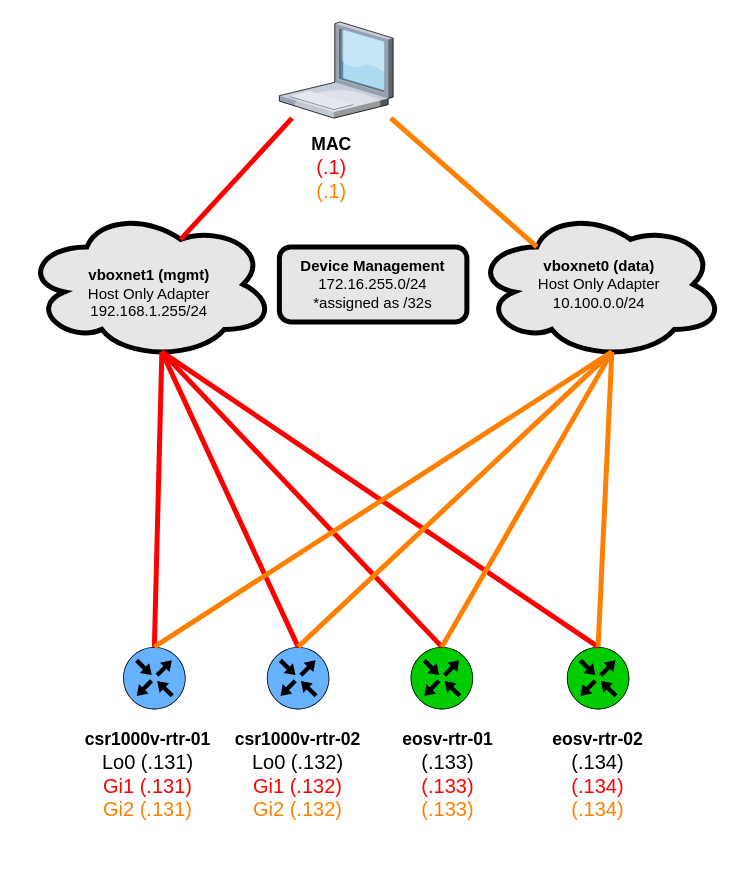
Before: virtual-box-lab/lab-network.drawio in j0hn3/network_programmability_experiments, a draw.io diagram. Source tidied: cells renumbered, new cells numbered last; positions are measured from the earlier drawing's top-left corner, leaving out a move shared by most shapes. Both pictures are drawn from the tidied source at 125%, with x=0, y=0 at pixel (24, 21).
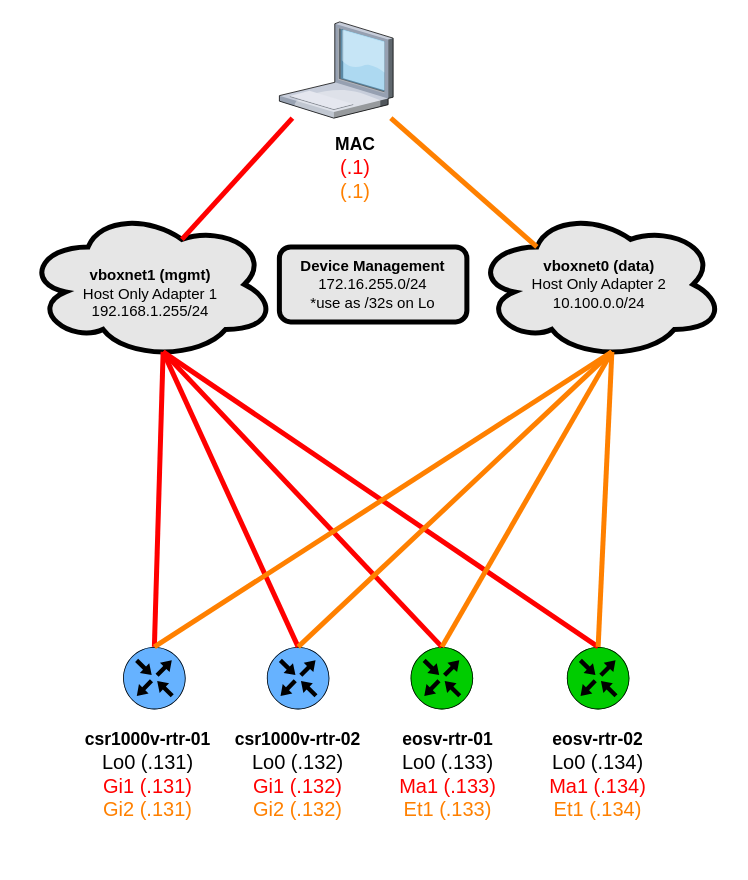
The same page after the edit.

The edit, as a diff of the source:
```diff
@@
-    <mxCell id="3" value="&lt;div&gt;&lt;b&gt;vboxnet0 (data)&lt;br&gt;&lt;/b&gt;&lt;/div&gt;&lt;div&gt;Host Only Adapter&lt;br&gt;&lt;/div&gt;&lt;div&gt;10.100.0.0/24&lt;/div&gt;" style="ellipse;shape=cloud;whiteSpace=wrap;html=1;strokeWidth=4;fillColor=#E6E6E6;" parent="1" vertex="1">
+    <mxCell id="3" value="&lt;div&gt;&lt;b&gt;vboxnet0 (data)&lt;/b&gt;&lt;br&gt;Host Only Adapter 2&lt;/div&gt;&lt;div&gt;10.100.0.0/24&lt;/div&gt;" style="ellipse;shape=cloud;whiteSpace=wrap;html=1;strokeWidth=4;fillColor=#E6E6E6;" parent="1" vertex="1">
       <mxGeometry x="360" y="150" width="200" height="120" as="geometry" />
     </mxCell>
@@
-    <mxCell id="5" value="&lt;br&gt;&lt;div&gt;&lt;b&gt;vboxnet1 (mgmt)&lt;br&gt;&lt;/b&gt;&lt;/div&gt;&lt;div&gt;Host Only Adapter&lt;br&gt;&lt;/div&gt;&lt;div&gt;192.168.1.255/24&lt;br&gt;&lt;/div&gt;" style="ellipse;shape=cloud;whiteSpace=wrap;html=1;strokeWidth=4;fillColor=#E6E6E6;" parent="1" vertex="1">
-      <mxGeometry y="150" width="200" height="120" as="geometry" />
+    <mxCell id="5" value="&lt;br&gt;&lt;div&gt;&lt;b&gt;vboxnet1 (mgmt)&lt;br&gt;&lt;/b&gt;&lt;/div&gt;Host Only Adapter 1&lt;br&gt;&lt;div&gt;192.168.1.255/24&lt;br&gt;&lt;/div&gt;" style="ellipse;shape=cloud;whiteSpace=wrap;html=1;strokeWidth=4;fillColor=#E6E6E6;" parent="1" vertex="1">
+      <mxGeometry x="1" y="150" width="200" height="120" as="geometry" />
     </mxCell>
@@
-    <mxCell id="16" value="&lt;div&gt;&lt;font style=&quot;font-size: 14px&quot;&gt;&lt;b&gt;eosv-rtr-01&lt;/b&gt;&lt;/font&gt;&lt;/div&gt;&lt;div&gt;&lt;font style=&quot;font-size: 14px&quot;&gt;&lt;font size=&quot;3&quot;&gt;(.133)&lt;/font&gt;&lt;b&gt;&lt;br&gt;&lt;/b&gt;&lt;/font&gt;&lt;/div&gt;&lt;div&gt;&lt;font size=&quot;3&quot; color=&quot;#FF0000&quot;&gt;(.133)&lt;/font&gt;&lt;/div&gt;&lt;div&gt;&lt;font size=&quot;3&quot; color=&quot;#FF8000&quot;&gt;(.133)&lt;/font&gt;&lt;b&gt;&lt;br&gt;&lt;/b&gt;&lt;/div&gt;&lt;div&gt;&lt;b&gt;&lt;br&gt;&lt;/b&gt;&lt;/div&gt;" style="text;html=1;strokeColor=none;fillColor=none;align=center;verticalAlign=middle;whiteSpace=wrap;rounded=0;" parent="1" vertex="1">
+    <mxCell id="16" value="&lt;div&gt;&lt;font style=&quot;font-size: 14px&quot;&gt;&lt;b&gt;eosv-rtr-01&lt;/b&gt;&lt;/font&gt;&lt;/div&gt;&lt;div&gt;&lt;font style=&quot;font-size: 14px&quot;&gt;&lt;font size=&quot;3&quot;&gt;Lo0 (.133)&lt;/font&gt;&lt;b&gt;&lt;br&gt;&lt;/b&gt;&lt;/font&gt;&lt;/div&gt;&lt;div&gt;&lt;font size=&quot;3&quot; color=&quot;#FF0000&quot;&gt;Ma1 (.133)&lt;/font&gt;&lt;/div&gt;&lt;div&gt;&lt;font size=&quot;3&quot; color=&quot;#FF8000&quot;&gt;Et1 (.133)&lt;/font&gt;&lt;b&gt;&lt;br&gt;&lt;/b&gt;&lt;/div&gt;&lt;div&gt;&lt;b&gt;&lt;br&gt;&lt;/b&gt;&lt;/div&gt;" style="text;html=1;strokeColor=none;fillColor=none;align=center;verticalAlign=middle;whiteSpace=wrap;rounded=0;" parent="1" vertex="1">
       <mxGeometry x="279" y="550" width="120" height="120" as="geometry" />
     </mxCell>
-    <mxCell id="17" value="&lt;div&gt;&lt;font style=&quot;font-size: 14px&quot;&gt;&lt;b&gt;eosv-rtr-02&lt;/b&gt;&lt;/font&gt;&lt;/div&gt;&lt;div&gt;&lt;font style=&quot;font-size: 14px&quot;&gt;&lt;font size=&quot;3&quot;&gt;(.134)&lt;/font&gt;&lt;b&gt;&lt;br&gt;&lt;/b&gt;&lt;/font&gt;&lt;/div&gt;&lt;div&gt;&lt;font size=&quot;3&quot; color=&quot;#FF0000&quot;&gt;(.134)&lt;/font&gt;&lt;/div&gt;&lt;div&gt;&lt;font size=&quot;3&quot; color=&quot;#FF8000&quot;&gt;(.134)&lt;/font&gt;&lt;b&gt;&lt;br&gt;&lt;/b&gt;&lt;/div&gt;&lt;div&gt;&lt;b&gt;&lt;br&gt;&lt;/b&gt;&lt;/div&gt;" style="text;html=1;strokeColor=none;fillColor=none;align=center;verticalAlign=middle;whiteSpace=wrap;rounded=0;" parent="1" vertex="1">
+    <mxCell id="17" value="&lt;div&gt;&lt;font style=&quot;font-size: 14px&quot;&gt;&lt;b&gt;eosv-rtr-02&lt;/b&gt;&lt;/font&gt;&lt;/div&gt;&lt;div&gt;&lt;font style=&quot;font-size: 14px&quot;&gt;&lt;font size=&quot;3&quot;&gt;Lo0 (.134)&lt;/font&gt;&lt;b&gt;&lt;br&gt;&lt;/b&gt;&lt;/font&gt;&lt;/div&gt;&lt;div&gt;&lt;font size=&quot;3&quot; color=&quot;#FF0000&quot;&gt;Ma1 (.134)&lt;/font&gt;&lt;/div&gt;&lt;div&gt;&lt;font size=&quot;3&quot; color=&quot;#FF8000&quot;&gt;Et1 (.134)&lt;/font&gt;&lt;b&gt;&lt;br&gt;&lt;/b&gt;&lt;/div&gt;&lt;div&gt;&lt;b&gt;&lt;br&gt;&lt;/b&gt;&lt;/div&gt;" style="text;html=1;strokeColor=none;fillColor=none;align=center;verticalAlign=middle;whiteSpace=wrap;rounded=0;" parent="1" vertex="1">
       <mxGeometry x="399" y="550" width="120" height="120" as="geometry" />
     </mxCell>
@@
-    <mxCell id="22" value="&lt;div&gt;&lt;b&gt;Device Management &lt;br&gt;&lt;/b&gt;&lt;/div&gt;&lt;div&gt;172.16.255.0/24&lt;/div&gt;&lt;div&gt;*assigned as /32s&lt;br&gt;&lt;/div&gt;" style="rounded=1;whiteSpace=wrap;html=1;strokeColor=#000000;strokeWidth=4;fillColor=#E6E6E6;" parent="1" vertex="1">
+    <mxCell id="22" value="&lt;div&gt;&lt;b&gt;Device Management &lt;br&gt;&lt;/b&gt;&lt;/div&gt;&lt;div&gt;172.16.255.0/24&lt;/div&gt;&lt;div&gt;*use as /32s on Lo&lt;br&gt;&lt;/div&gt;" style="rounded=1;whiteSpace=wrap;html=1;strokeColor=#000000;strokeWidth=4;fillColor=#E6E6E6;" parent="1" vertex="1">
       <mxGeometry x="204" y="180" width="150" height="60" as="geometry" />
     </mxCell>
@@
     <mxCell id="24" value="&lt;div&gt;&lt;font style=&quot;font-size: 14px&quot;&gt;&lt;b&gt;MAC&lt;/b&gt;&lt;/font&gt;&lt;/div&gt;&lt;div&gt;&lt;font size=&quot;3&quot; color=&quot;#FF8000&quot;&gt;&lt;font color=&quot;#FF0000&quot;&gt;(.1)&lt;/font&gt;&lt;br&gt;&lt;/font&gt;&lt;/div&gt;&lt;div&gt;&lt;font size=&quot;3&quot; color=&quot;#FF8000&quot;&gt;(.1)&lt;/font&gt;&lt;b&gt;&lt;br&gt;&lt;/b&gt;&lt;/div&gt;&lt;div&gt;&lt;b&gt;&lt;br&gt;&lt;/b&gt;&lt;/div&gt;" style="text;html=1;strokeColor=none;fillColor=none;align=center;verticalAlign=middle;whiteSpace=wrap;rounded=0;" parent="1" vertex="1">
-      <mxGeometry x="186" y="77" width="120" height="93" as="geometry" />
+      <mxGeometry x="205" y="77" width="120" height="93" as="geometry" />
     </mxCell>
```
